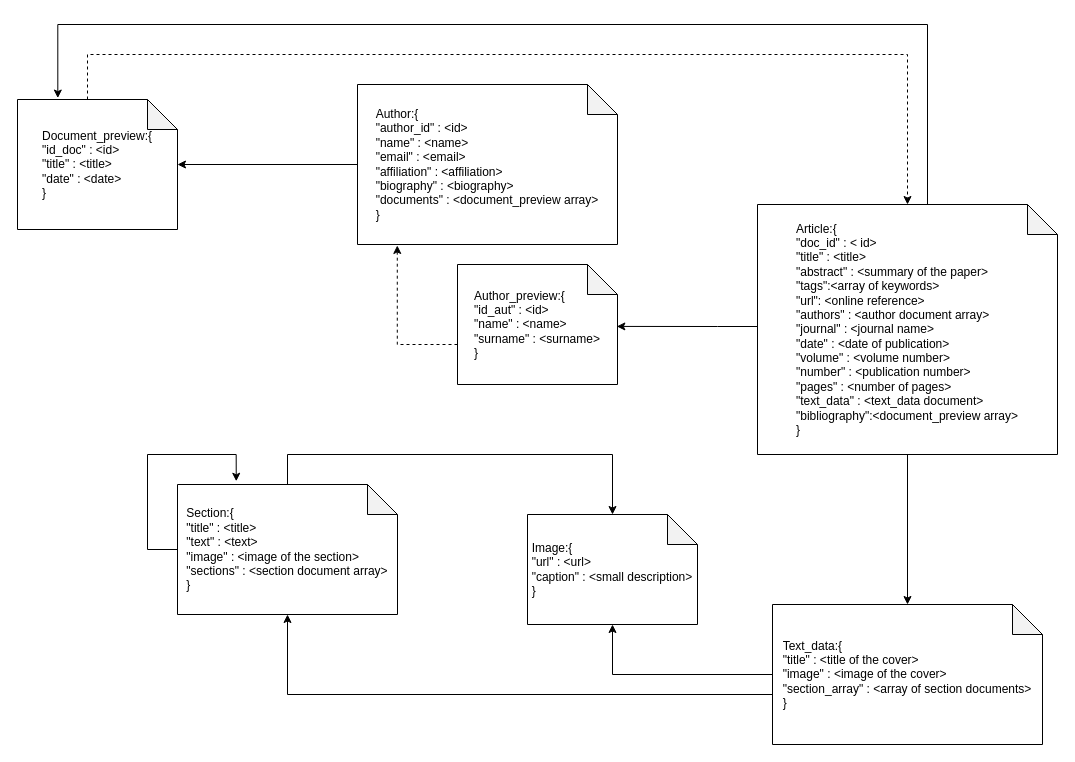
The draw.io diagram MongoDB/Schematic/Schematic.drawio in MarcoLucaPrevitera/BigData-Project, before the edit. Source tidied: cells renumbered, new cells numbered last; positions are measured from the earlier drawing's top-left corner, leaving out a move shared by most shapes. Both pictures are drawn from the tidied source at 100%, with x=0, y=0 at pixel (17, 24).
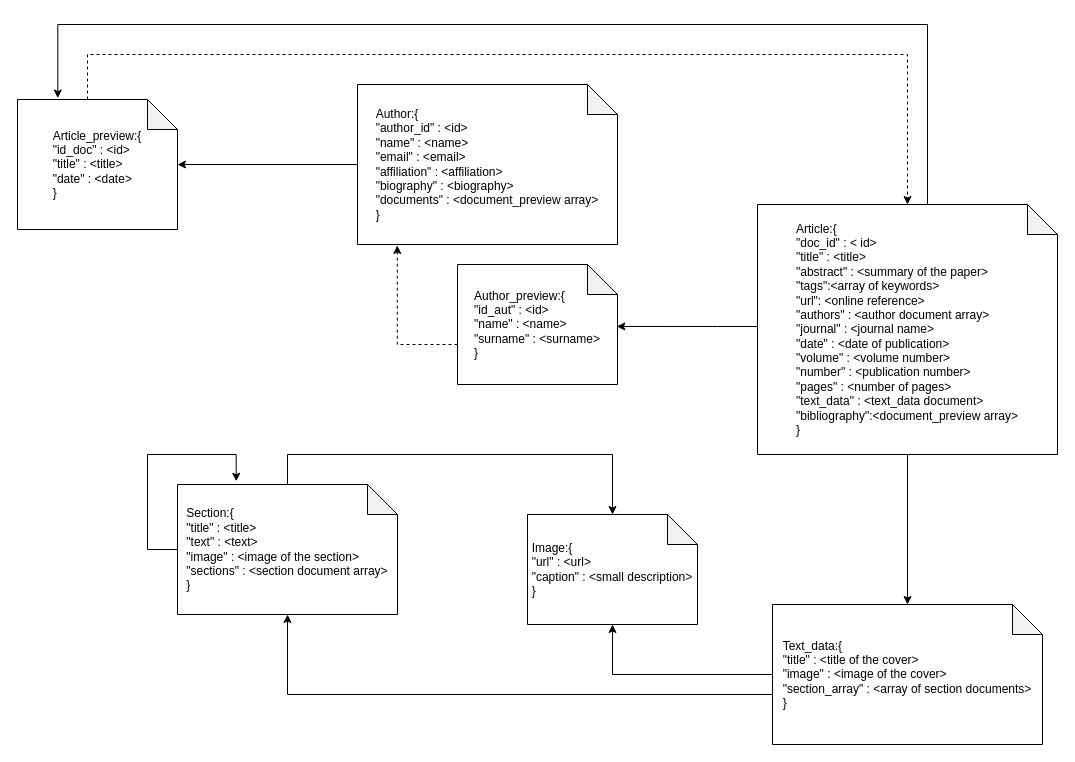
The same diagram, later.

The edit, as a diff of the source:
```diff
@@
-    <mxCell id="8" value="&lt;div style=&quot;text-align: left;&quot;&gt;&lt;span style=&quot;background-color: initial;&quot;&gt;Document_preview:{&lt;/span&gt;&lt;/div&gt;&lt;div style=&quot;text-align: left;&quot;&gt;&lt;span style=&quot;background-color: initial;&quot;&gt;&quot;id_doc&quot; : &amp;lt;id&amp;gt;&lt;/span&gt;&lt;/div&gt;&lt;div style=&quot;text-align: left;&quot;&gt;&lt;span style=&quot;background-color: initial;&quot;&gt;&quot;title&quot; : &amp;lt;title&amp;gt;&lt;/span&gt;&lt;/div&gt;&lt;div style=&quot;text-align: left;&quot;&gt;&lt;span style=&quot;background-color: initial;&quot;&gt;&quot;date&quot; : &amp;lt;date&amp;gt;&lt;/span&gt;&lt;/div&gt;&lt;div style=&quot;text-align: left;&quot;&gt;&lt;span style=&quot;background-color: initial;&quot;&gt;}&lt;/span&gt;&lt;/div&gt;" style="shape=note;whiteSpace=wrap;html=1;backgroundOutline=1;darkOpacity=0.05;" parent="1" vertex="1">
+    <mxCell id="8" value="&lt;div style=&quot;text-align: left;&quot;&gt;&lt;span style=&quot;background-color: initial;&quot;&gt;Article_preview:{&lt;/span&gt;&lt;/div&gt;&lt;div style=&quot;text-align: left;&quot;&gt;&lt;span style=&quot;background-color: initial;&quot;&gt;&quot;id_doc&quot; : &amp;lt;id&amp;gt;&lt;/span&gt;&lt;/div&gt;&lt;div style=&quot;text-align: left;&quot;&gt;&lt;span style=&quot;background-color: initial;&quot;&gt;&quot;title&quot; : &amp;lt;title&amp;gt;&lt;/span&gt;&lt;/div&gt;&lt;div style=&quot;text-align: left;&quot;&gt;&lt;span style=&quot;background-color: initial;&quot;&gt;&quot;date&quot; : &amp;lt;date&amp;gt;&lt;/span&gt;&lt;/div&gt;&lt;div style=&quot;text-align: left;&quot;&gt;&lt;span style=&quot;background-color: initial;&quot;&gt;}&lt;/span&gt;&lt;/div&gt;" style="shape=note;whiteSpace=wrap;html=1;backgroundOutline=1;darkOpacity=0.05;" parent="1" vertex="1">
       <mxGeometry y="75" width="160" height="130" as="geometry" />
     </mxCell>
```
